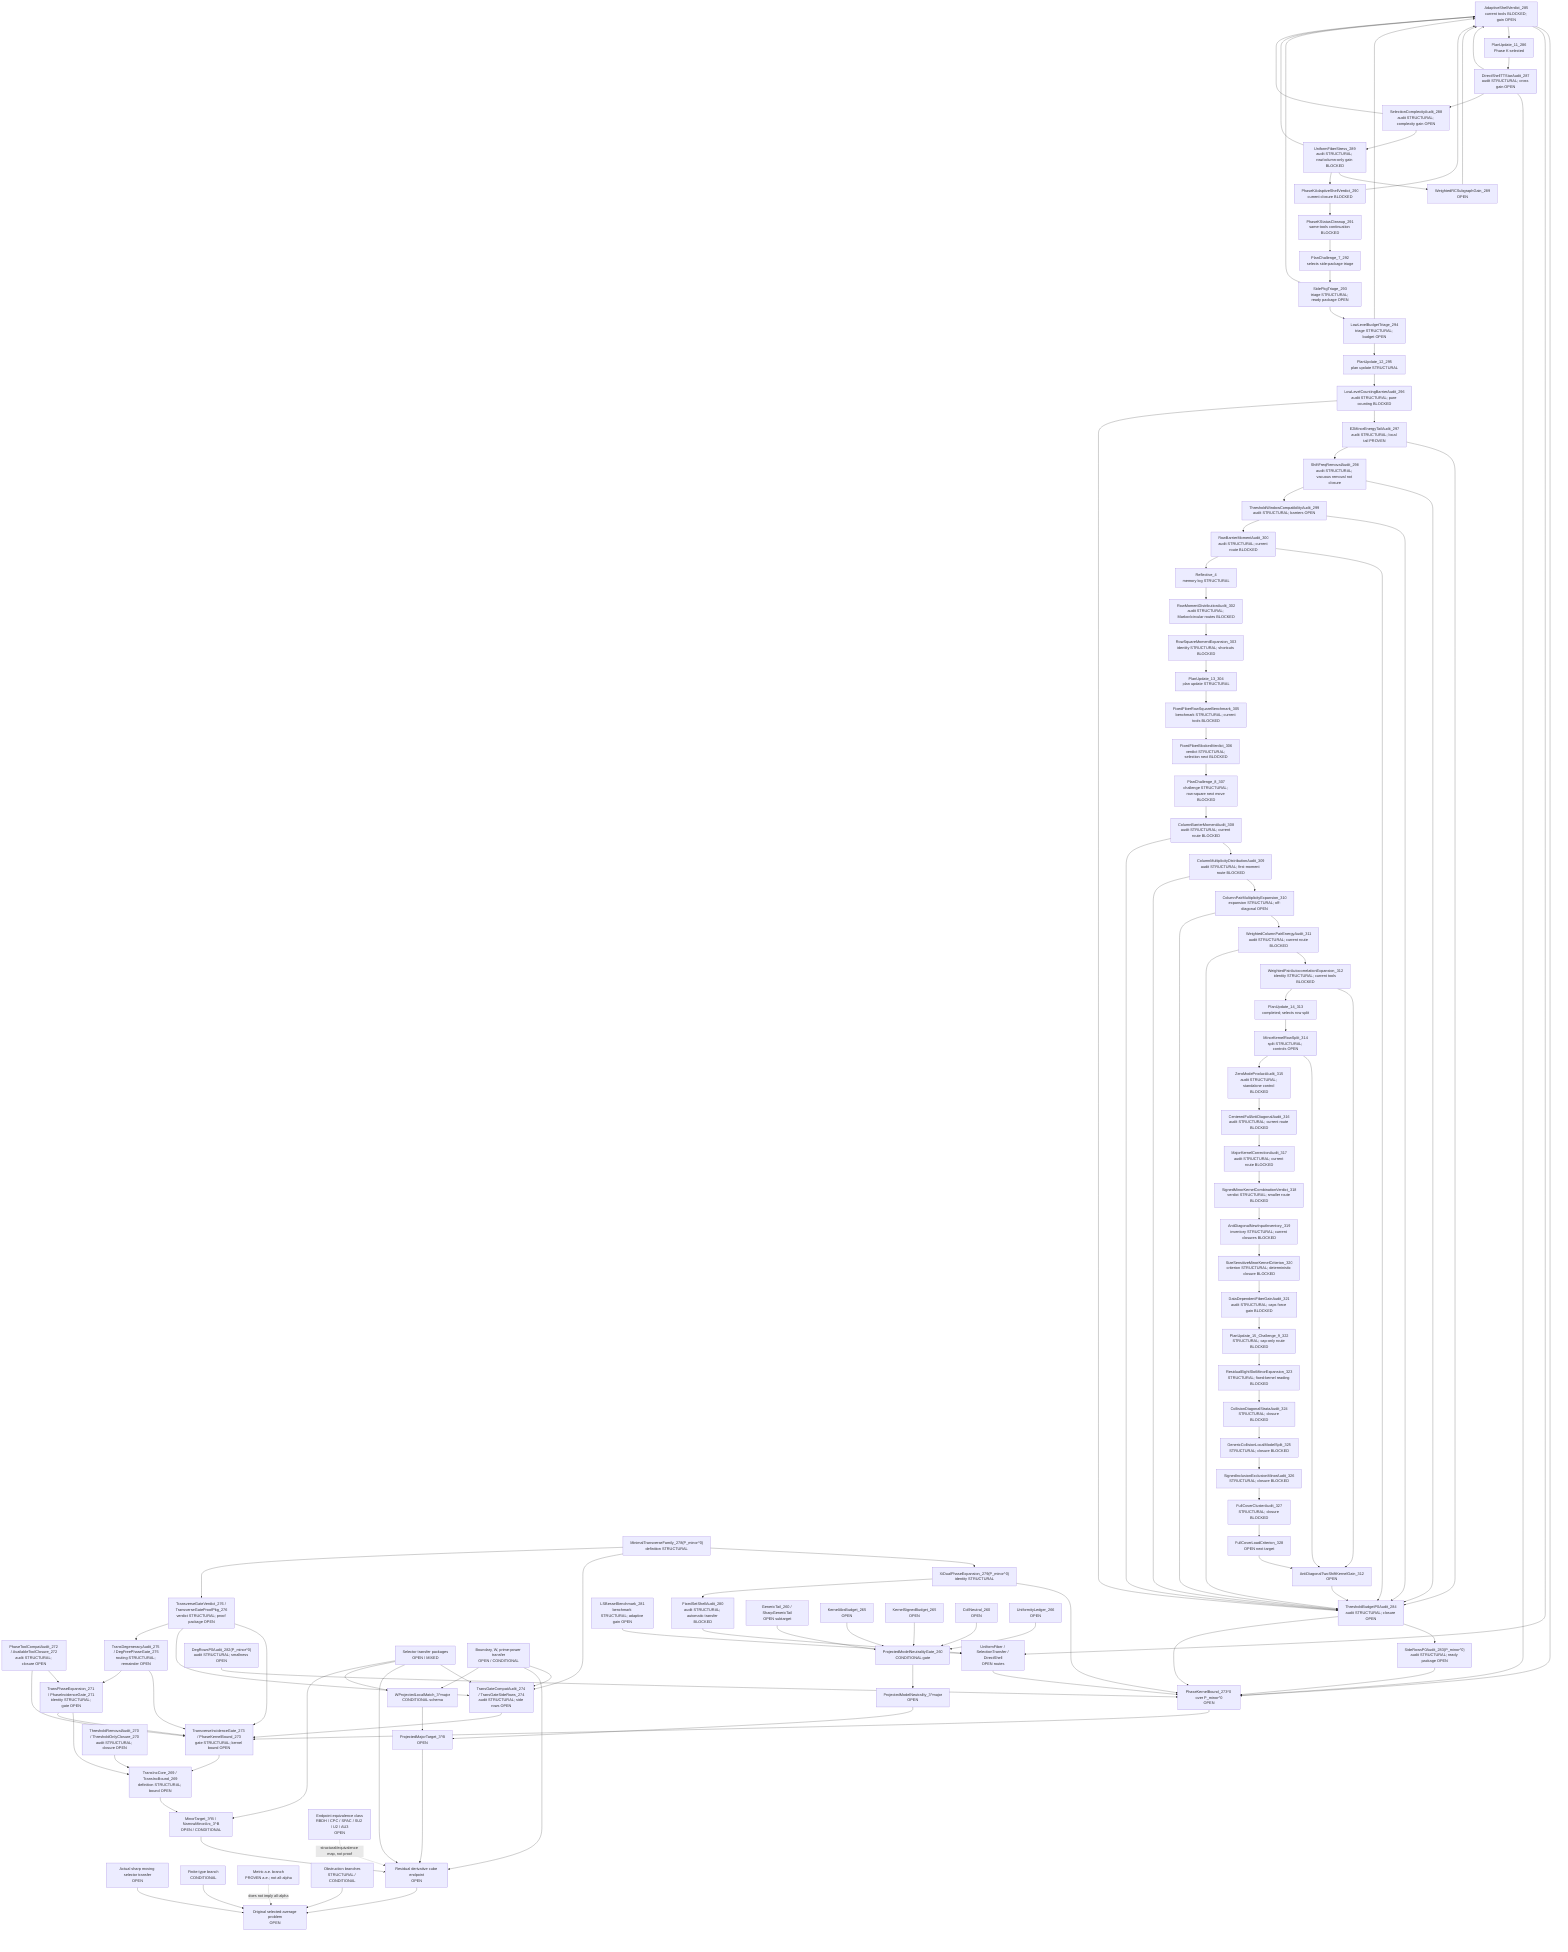
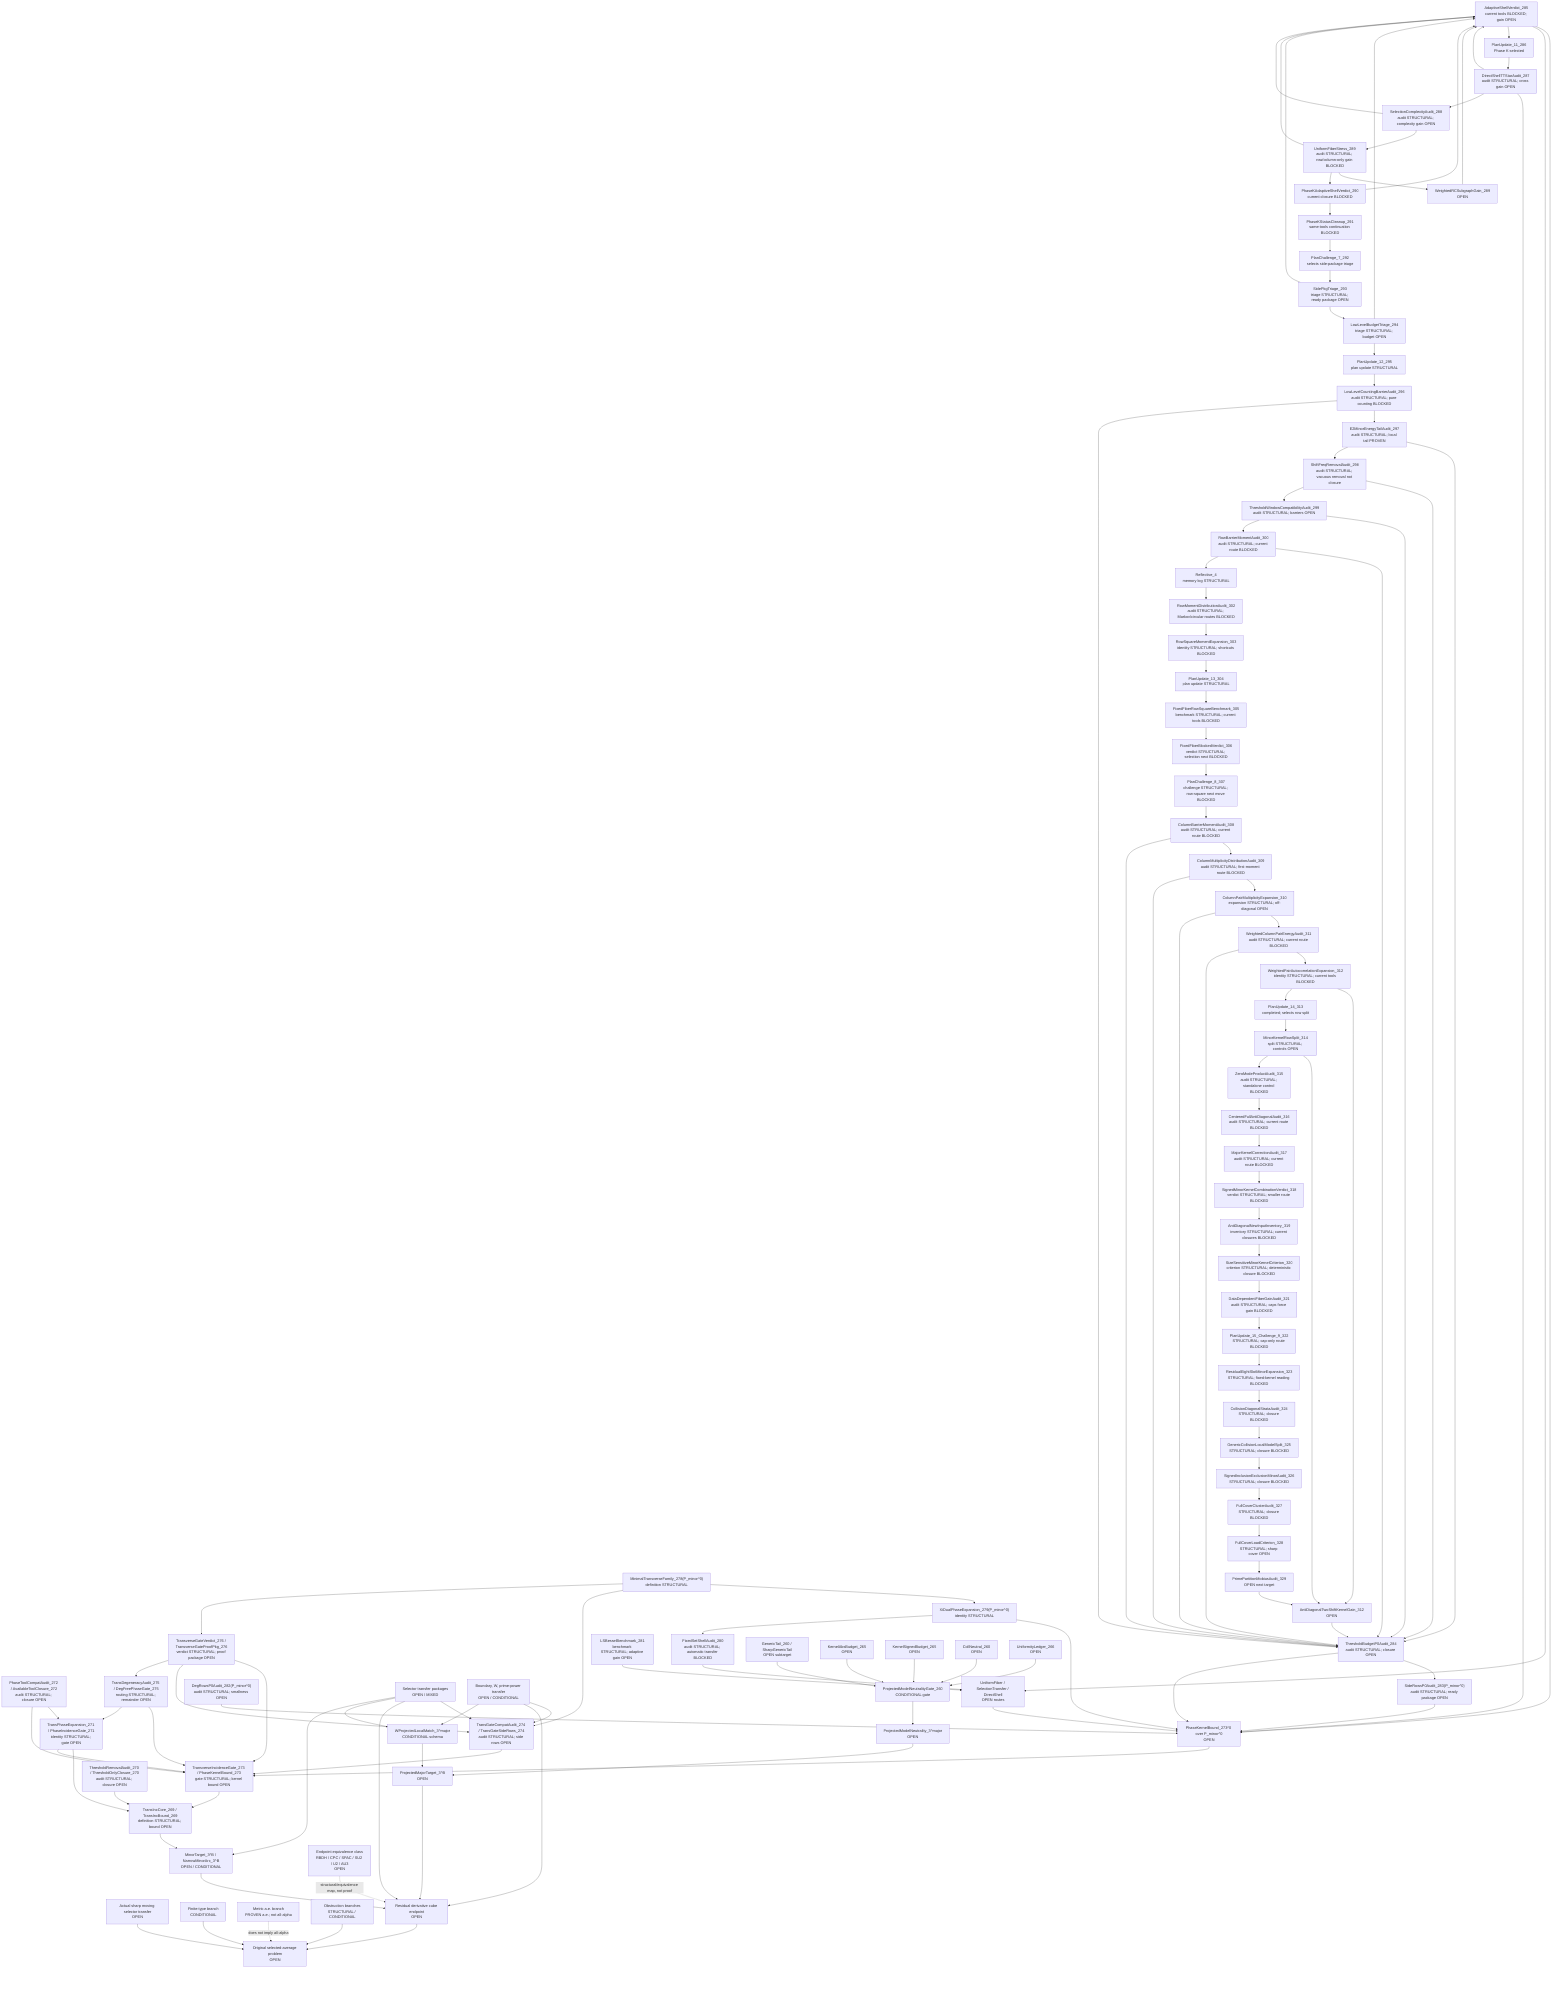
flowchart TD
  Original["Original selected-average problem<br/>OPEN"]
  SharpSel["Actual sharp moving selector transfer<br/>OPEN"]
  FiniteType["Finite-type branch<br/>CONDITIONAL"]
  Metric["Metric a.e. branch<br/>PROVEN a.e.; not all-alpha"]
  Obstruction["Obstruction branches<br/>STRUCTURAL / CONDITIONAL"]

  ResCube["Residual derivative cube endpoint<br/>OPEN"]
  MajorTarget["ProjectedMajorTarget_3^B<br/>OPEN"]
  MinorTarget["MinorTarget_3^B / NarrowMinorArc_3^B<br/>OPEN / CONDITIONAL"]
  TransInc["TransIncCore_269 / TransIncBound_269<br/>definition STRUCTURAL; bound OPEN"]
  ThresholdAudit["ThresholdRemovalAudit_270 / ThresholdOnlyClosure_270<br/>audit STRUCTURAL; closure OPEN"]
  PhaseExpansion["TransPhaseExpansion_271 / PhaseIncidenceGate_271<br/>identity STRUCTURAL; gate OPEN"]
  ToolCompat["PhaseToolCompatAudit_272 / AvailableToolClosure_272<br/>audit STRUCTURAL; closure OPEN"]
  TransGate["TransverseIncidenceGate_273 / PhaseKernelBound_273<br/>gate STRUCTURAL; kernel bound OPEN"]
  TransGateCompat["TransGateCompatAudit_274 / TransGateSideRows_274<br/>audit STRUCTURAL; side rows OPEN"]
  DegAudit["TransDegeneracyAudit_275 / DegFreePhaseGate_275<br/>routing STRUCTURAL; remainder OPEN"]
  TransVerdict["TransverseGateVerdict_276 / TransverseGateProofPkg_276<br/>verdict STRUCTURAL; proof package OPEN"]
  MinTransFamily["MinimalTransverseFamily_278(P_minor^0)<br/>definition STRUCTURAL"]
  XiExpansion["XiDualPhaseExpansion_279(P_minor^0)<br/>identity STRUCTURAL"]
  FixedShellAudit["FixedSetShellAudit_280<br/>audit STRUCTURAL; automatic transfer BLOCKED"]
  FixedShellTransfer["UniformFiber / SelectionTransfer / DirectShell<br/>OPEN routes"]
  LSBesselBench["LSBesselBenchmark_281<br/>benchmark STRUCTURAL; adaptive gain OPEN"]
  DegRowsP0["DegRowsP0Audit_282(P_minor^0)<br/>audit STRUCTURAL; smallness OPEN"]
  SideRowsP0["SideRowsP0Audit_283(P_minor^0)<br/>audit STRUCTURAL; ready package OPEN"]
  ThresholdP0["ThresholdBudgetP0Audit_284<br/>audit STRUCTURAL; closure OPEN"]
  AdaptiveShellP0["AdaptiveShellVerdict_285<br/>current tools BLOCKED; gain OPEN"]
  PlanUpdate11["PlanUpdate_11_286<br/>Phase K selected"]
  DirectTTStar["DirectShellTTStarAudit_287<br/>audit STRUCTURAL; cross gain OPEN"]
  SelectionComplexity["SelectionComplexityAudit_288<br/>audit STRUCTURAL; complexity gain OPEN"]
  UniformFiberStress["UniformFiberStress_289<br/>audit STRUCTURAL; row/column-only gain BLOCKED"]
  WeightedRCSubgraph["WeightedRCSubgraphGain_289<br/>OPEN"]
  AdaptiveVerdict290["PhaseKAdaptiveShellVerdict_290<br/>current closure BLOCKED"]
  PhaseKCleanup291["PhaseKStatusCleanup_291<br/>same-tools continuation BLOCKED"]
  PlanChallenge7["PlanChallenge_7_292<br/>selects side-package triage"]
  SidePkgTriage293["SidePkgTriage_293<br/>triage STRUCTURAL; ready package OPEN"]
  LowLevelTriage294["LowLevelBudgetTriage_294<br/>triage STRUCTURAL; budget OPEN"]
  PlanUpdate12["PlanUpdate_12_295<br/>plan update STRUCTURAL"]
  LowLevelBarrier296["LowLevelCountingBarrierAudit_296<br/>audit STRUCTURAL; pure counting BLOCKED"]
  E2Tail297["E2MinorEnergyTailAudit_297<br/>audit STRUCTURAL; local tail PROVEN"]
  ShiftFreq298["ShiftFreqRemovalAudit_298<br/>audit STRUCTURAL; vacuous removal not closure"]
  ThresholdWindow299["ThresholdWindowCompatibilityAudit_299<br/>audit STRUCTURAL; barriers OPEN"]
  RowBarrier300["RowBarrierMomentAudit_300<br/>audit STRUCTURAL; current route BLOCKED"]
  Reflective4["Reflective_4<br/>memory log STRUCTURAL"]
  RowMoment302["RowMomentDistributionAudit_302<br/>audit STRUCTURAL; Markov/circular routes BLOCKED"]
  RowSquare303["RowSquareMomentExpansion_303<br/>identity STRUCTURAL; shortcuts BLOCKED"]
  PlanUpdate13["PlanUpdate_13_304<br/>plan update STRUCTURAL"]
  FixedFiber305["FixedFiberRowSquareBenchmark_305<br/>benchmark STRUCTURAL; current tools BLOCKED"]
  FixedFiber306["FixedFiberBlockedVerdict_306<br/>verdict STRUCTURAL; selection next BLOCKED"]
  PlanChallenge8["PlanChallenge_8_307<br/>challenge STRUCTURAL; row-square next move BLOCKED"]
  ColumnBarrier308["ColumnBarrierMomentAudit_308<br/>audit STRUCTURAL; current route BLOCKED"]
  ColumnDist309["ColumnMultiplicityDistributionAudit_309<br/>audit STRUCTURAL; first-moment route BLOCKED"]
  ColumnPair310["ColumnPairMultiplicityExpansion_310<br/>expansion STRUCTURAL; off-diagonal OPEN"]
  WPair311["WeightedColumnPairEnergyAudit_311<br/>audit STRUCTURAL; current route BLOCKED"]
  AutoCorr312["WeightedPairAutocorrelationExpansion_312<br/>identity STRUCTURAL; current tools BLOCKED"]
  AntiDiag312["AntiDiagonalTwoShiftKernelGain_312<br/>OPEN"]
  PlanUpdate14["PlanUpdate_14_313<br/>completed; selects row split"]
  MinorKernel314["MinorKernelRowSplit_314<br/>split STRUCTURAL; controls OPEN"]
  ZeroAudit315["ZeroModeProductAudit_315<br/>audit STRUCTURAL; standalone control BLOCKED"]
  CenteredFull316["CenteredFullAntiDiagonalAudit_316<br/>audit STRUCTURAL; current route BLOCKED"]
  MajorCorr317["MajorKernelCorrectionAudit_317<br/>audit STRUCTURAL; current route BLOCKED"]
  SignedVerdict318["SignedMinorKernelCombinationVerdict_318<br/>verdict STRUCTURAL; smaller route BLOCKED"]
  NewInput319["AntiDiagonalNewInputInventory_319<br/>inventory STRUCTURAL; current closures BLOCKED"]
  SizeSensitive320["SizeSensitiveMinorKernelCriterion_320<br/>criterion STRUCTURAL; deterministic closure BLOCKED"]
  FiberGain321["DataDependentFiberGainAudit_321<br/>audit STRUCTURAL; caps force gain BLOCKED"]
  Plan322["PlanUpdate_15_Challenge_9_322<br/>STRUCTURAL; cap-only route BLOCKED"]
  ResidualEight323["ResidualEightSlotMinorExpansion_323<br/>STRUCTURAL; fixed-kernel reading BLOCKED"]
  Collision324["CollisionDiagonalStrataAudit_324<br/>STRUCTURAL; closure BLOCKED"]
  GenericSplit325["GenericCollisionLocalModelSplit_325<br/>STRUCTURAL; closure BLOCKED"]
  SignedIE326["SignedInclusionExclusionMinorAudit_326<br/>STRUCTURAL; closure BLOCKED"]
  FullCover327["FullCoverClusterAudit_327<br/>STRUCTURAL; closure BLOCKED"]
-   CoverLoad328["FullCoverLoadCriterion_328<br/>OPEN next target"]
+   CoverLoad328["FullCoverLoadCriterion_328<br/>STRUCTURAL; sharp cover OPEN"]
+   PrimeMobius329["PrimePartitionMobiusAudit_329<br/>OPEN next target"]
  PhaseKernel0["PhaseKernelBound_273^0 over P_minor^0<br/>OPEN"]
  SelectorTransfer["Selector transfer packages<br/>OPEN / MIXED"]
  BoundaryTransfer["Boundary, W, prime-power transfer<br/>OPEN / CONDITIONAL"]

  WLocal["WProjectedLocalMatch_3^major<br/>CONDITIONAL schema"]
  ModelNeutral["ProjectedModelNeutrality_3^major<br/>OPEN"]
  PMNGate["ProjectedModelNeutralityGate_260<br/>CONDITIONAL gate"]
  GenericTail["GenericTail_260 / SharpGenericTail<br/>OPEN subtarget"]
  KernelAbs["KernelAbsBudget_265<br/>OPEN"]
  KernelSigned["KernelSignedBudget_265<br/>OPEN"]
  CollNeutral["CollNeutral_260<br/>OPEN"]
  Uniformity["UniformityLedger_266<br/>OPEN"]

  EndpointClass["Endpoint equivalence class<br/>RBDH / CPC / SPAC / SU2 / U2 / AU3<br/>OPEN"]

  SharpSel --> Original
  FiniteType --> Original
  Obstruction --> Original
  ResCube --> Original
  Metric -. "does not imply all-alpha" .-> Original

  MajorTarget --> ResCube
  MinorTarget --> ResCube
  TransInc --> MinorTarget
  ThresholdAudit --> TransInc
  PhaseExpansion --> TransInc
  ToolCompat --> PhaseExpansion
  TransGate --> TransInc
  PhaseExpansion --> TransGate
  ToolCompat --> TransGate
  TransGateCompat --> TransGate
  SelectorTransfer --> TransGateCompat
  BoundaryTransfer --> TransGateCompat
  DegAudit --> TransGate
  DegAudit --> PhaseExpansion
  TransVerdict --> TransGate
  TransVerdict --> TransGateCompat
  TransVerdict --> DegAudit
  PhaseKernel0 --> TransGate
  MinTransFamily --> XiExpansion
  XiExpansion --> PhaseKernel0
  XiExpansion --> FixedShellAudit
  FixedShellAudit --> FixedShellTransfer
  FixedShellTransfer --> PhaseKernel0
  LSBesselBench --> FixedShellTransfer
  DegRowsP0 --> PhaseKernel0
  SideRowsP0 --> PhaseKernel0
  ThresholdP0 --> SideRowsP0
  ThresholdP0 --> PhaseKernel0
  AdaptiveShellP0 --> PhaseKernel0
  AdaptiveShellP0 --> FixedShellTransfer
  AdaptiveShellP0 --> PlanUpdate11
  PlanUpdate11 --> DirectTTStar
  DirectTTStar --> AdaptiveShellP0
  DirectTTStar --> PhaseKernel0
  DirectTTStar --> SelectionComplexity
  SelectionComplexity --> UniformFiberStress
  SelectionComplexity --> AdaptiveShellP0
  UniformFiberStress --> WeightedRCSubgraph
  WeightedRCSubgraph --> AdaptiveShellP0
  UniformFiberStress --> AdaptiveVerdict290
  UniformFiberStress --> AdaptiveShellP0
  AdaptiveVerdict290 --> AdaptiveShellP0
  AdaptiveVerdict290 --> PhaseKCleanup291
  PhaseKCleanup291 --> PlanChallenge7
  PlanChallenge7 --> SidePkgTriage293
  SidePkgTriage293 --> LowLevelTriage294
  SidePkgTriage293 --> AdaptiveShellP0
  LowLevelTriage294 --> AdaptiveShellP0
  LowLevelTriage294 --> PlanUpdate12
  PlanUpdate12 --> LowLevelBarrier296
  LowLevelBarrier296 --> E2Tail297
  LowLevelBarrier296 --> ThresholdP0
  E2Tail297 --> ThresholdP0
  E2Tail297 --> ShiftFreq298
  ShiftFreq298 --> ThresholdP0
  ShiftFreq298 --> ThresholdWindow299
  ThresholdWindow299 --> ThresholdP0
  ThresholdWindow299 --> RowBarrier300
  RowBarrier300 --> ThresholdP0
  RowBarrier300 --> Reflective4
  Reflective4 --> RowMoment302
  RowMoment302 --> RowSquare303
  RowSquare303 --> PlanUpdate13
  PlanUpdate13 --> FixedFiber305
  FixedFiber305 --> FixedFiber306
  FixedFiber306 --> PlanChallenge8
  PlanChallenge8 --> ColumnBarrier308
  ColumnBarrier308 --> ColumnDist309
  ColumnDist309 --> ColumnPair310
  ColumnPair310 --> WPair311
  WPair311 --> AutoCorr312
  AutoCorr312 --> AntiDiag312
  AntiDiag312 --> ThresholdP0
  AutoCorr312 --> PlanUpdate14
  PlanUpdate14 --> MinorKernel314
  MinorKernel314 --> AntiDiag312
  MinorKernel314 --> ZeroAudit315
  ZeroAudit315 --> CenteredFull316
  CenteredFull316 --> MajorCorr317
  MajorCorr317 --> SignedVerdict318
  SignedVerdict318 --> NewInput319
  NewInput319 --> SizeSensitive320
  SizeSensitive320 --> FiberGain321
  FiberGain321 --> Plan322
  Plan322 --> ResidualEight323
  ResidualEight323 --> Collision324
  Collision324 --> GenericSplit325
  GenericSplit325 --> SignedIE326
  SignedIE326 --> FullCover327
  FullCover327 --> CoverLoad328
-   CoverLoad328 --> AntiDiag312
+   CoverLoad328 --> PrimeMobius329
+   PrimeMobius329 --> AntiDiag312
  WPair311 --> ThresholdP0
  ColumnPair310 --> ThresholdP0
  ColumnDist309 --> ThresholdP0
  ColumnBarrier308 --> ThresholdP0
  MinTransFamily --> TransGateCompat
  MinTransFamily --> TransVerdict
  SelectorTransfer --> ResCube
  BoundaryTransfer --> ResCube
  EndpointClass -. "structural/equivalence map, not proof" .-> ResCube

  WLocal --> MajorTarget
  ModelNeutral --> MajorTarget

  PMNGate --> ModelNeutral
  GenericTail --> PMNGate
  KernelAbs --> PMNGate
  KernelSigned --> PMNGate
  CollNeutral --> PMNGate
  Uniformity --> PMNGate

  BoundaryTransfer --> WLocal
  SelectorTransfer --> WLocal
  SelectorTransfer --> MinorTarget
